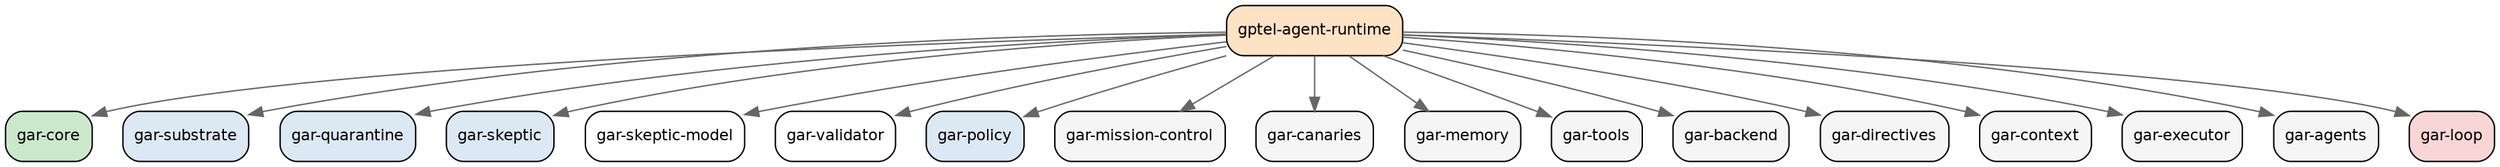
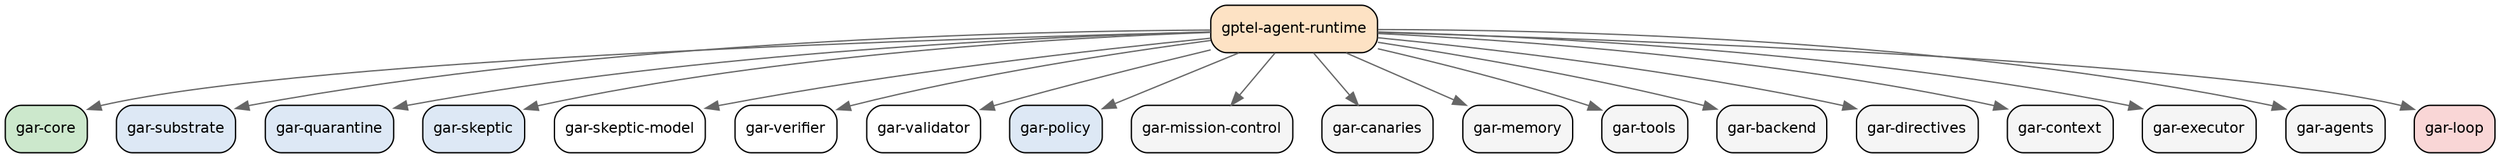
// Auto-generated by scripts/refresh-dep-graph.el. Do not edit by hand.
// Edges point from a module to the modules it (require)s.
digraph gptel_agent_runtime {
  rankdir=TB;
  node [shape=box, style="rounded,filled", fontname="Helvetica", fontsize=11];
  edge [fontname="Helvetica", fontsize=9, color="#666666"];
  graph [splines=true, nodesep=0.3, ranksep=0.55];
  "gptel-agent-runtime" [label="gptel-agent-runtime", fillcolor="#fde2c4", ordering="out"];
  "gar-core" [label="gar-core", fillcolor="#cce8cc"];
  "gar-substrate" [label="gar-substrate", fillcolor="#dde8f5"];
  "gar-quarantine" [label="gar-quarantine", fillcolor="#dde8f5"];
  "gar-skeptic" [label="gar-skeptic", fillcolor="#dde8f5"];
  "gar-skeptic-model" [label="gar-skeptic-model", fillcolor="#ffffff"];
+   "gar-verifier" [label="gar-verifier", fillcolor="#ffffff"];
  "gar-validator" [label="gar-validator", fillcolor="#ffffff"];
  "gar-policy" [label="gar-policy", fillcolor="#dde8f5"];
  "gar-mission-control" [label="gar-mission-control", fillcolor="#f5f5f5"];
  "gar-canaries" [label="gar-canaries", fillcolor="#f5f5f5"];
  "gar-memory" [label="gar-memory", fillcolor="#f5f5f5"];
  "gar-tools" [label="gar-tools", fillcolor="#f5f5f5"];
  "gar-backend" [label="gar-backend", fillcolor="#f5f5f5"];
  "gar-directives" [label="gar-directives", fillcolor="#f5f5f5"];
  "gar-context" [label="gar-context", fillcolor="#f5f5f5"];
  "gar-executor" [label="gar-executor", fillcolor="#f5f5f5"];
  "gar-agents" [label="gar-agents", fillcolor="#f5f5f5"];
  "gar-loop" [label="gar-loop", fillcolor="#f9d6d6"];
  "gptel-agent-runtime" -> "gar-core";
  "gptel-agent-runtime" -> "gar-substrate";
  "gptel-agent-runtime" -> "gar-quarantine";
  "gptel-agent-runtime" -> "gar-skeptic";
  "gptel-agent-runtime" -> "gar-skeptic-model";
+   "gptel-agent-runtime" -> "gar-verifier";
  "gptel-agent-runtime" -> "gar-validator";
  "gptel-agent-runtime" -> "gar-policy";
  "gptel-agent-runtime" -> "gar-mission-control";
  "gptel-agent-runtime" -> "gar-canaries";
  "gptel-agent-runtime" -> "gar-memory";
  "gptel-agent-runtime" -> "gar-tools";
  "gptel-agent-runtime" -> "gar-backend";
  "gptel-agent-runtime" -> "gar-directives";
  "gptel-agent-runtime" -> "gar-context";
  "gptel-agent-runtime" -> "gar-executor";
  "gptel-agent-runtime" -> "gar-agents";
  "gptel-agent-runtime" -> "gar-loop";
}
